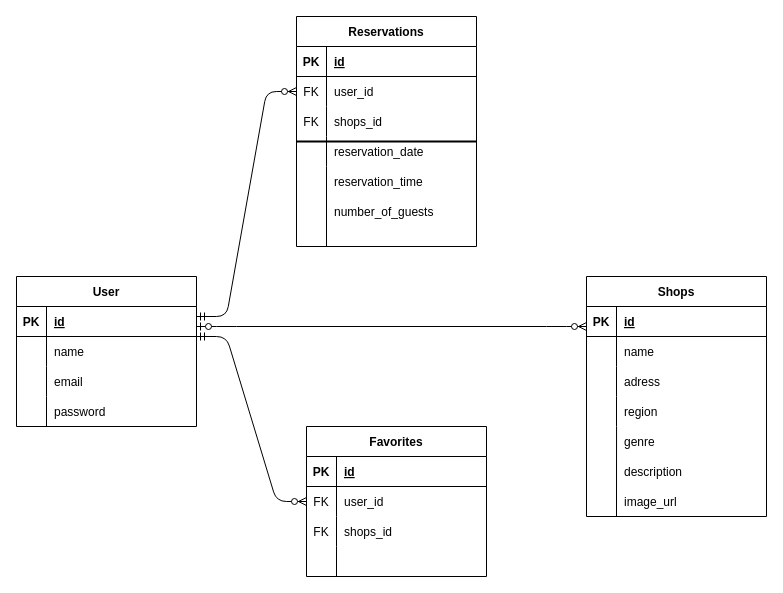
kimi3223/rese keeps this draw.io diagram as rese.dio. Above is the earlier version. Source tidied: cells renumbered, new cells numbered last; positions are measured from the earlier drawing's top-left corner, leaving out a move shared by most shapes. Both pictures are drawn from the tidied source at 100%, with x=0, y=0 at pixel (16, 16).
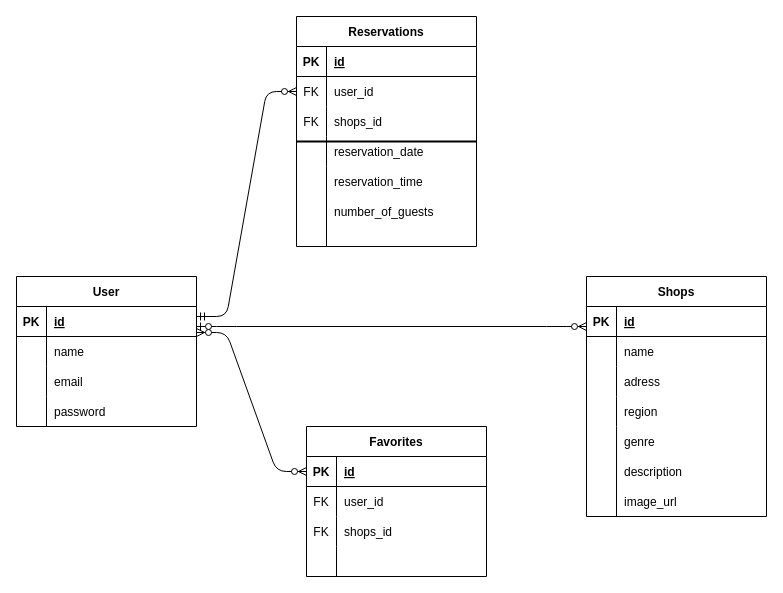
After the change.

The change refers to these unchanged cells:
```xml
<mxCell id="58" style="shape=tableRow;horizontal=0;startSize=0;swimlaneHead=0;swimlaneBody=0;fillColor=none;points=[[0,0.5],[1,0.5]];portConstraint=eastwest;top=0;left=0;right=0;bottom=1;" parent="57" vertex="1">
  <mxGeometry y="30" width="180" height="30" as="geometry" />
</mxCell>
<mxCell id="61" style="shape=tableRow;horizontal=0;startSize=0;swimlaneHead=0;swimlaneBody=0;fillColor=none;points=[[0,0.5],[1,0.5]];portConstraint=eastwest;top=0;left=0;right=0;bottom=0;" parent="57" vertex="1">
  <mxGeometry y="60" width="180" height="30" as="geometry" />
</mxCell>
```

Change to the diagram source:
```diff
@@
-    <mxCell id="73" style="edgeStyle=entityRelationEdgeStyle;fontSize=12;html=1;endArrow=ERzeroToMany;startArrow=ERmandOne;entryX=0;entryY=0.5;entryDx=0;entryDy=0;" parent="1" edge="1" target="61">
-      <mxGeometry relative="1" as="geometry">
-        <mxPoint x="180" y="320" as="sourcePoint" />
-      </mxGeometry>
-    </mxCell>
@@
+    <mxCell id="75" style="edgeStyle=entityRelationEdgeStyle;fontSize=12;html=1;endArrow=ERzeroToMany;endFill=1;startArrow=ERzeroToMany;entryX=0;entryY=0.5;entryDx=0;entryDy=0;" parent="1" edge="1" target="58">
+      <mxGeometry relative="1" as="geometry">
+        <mxPoint x="180" y="316" as="sourcePoint" />
+      </mxGeometry>
+    </mxCell>
```
